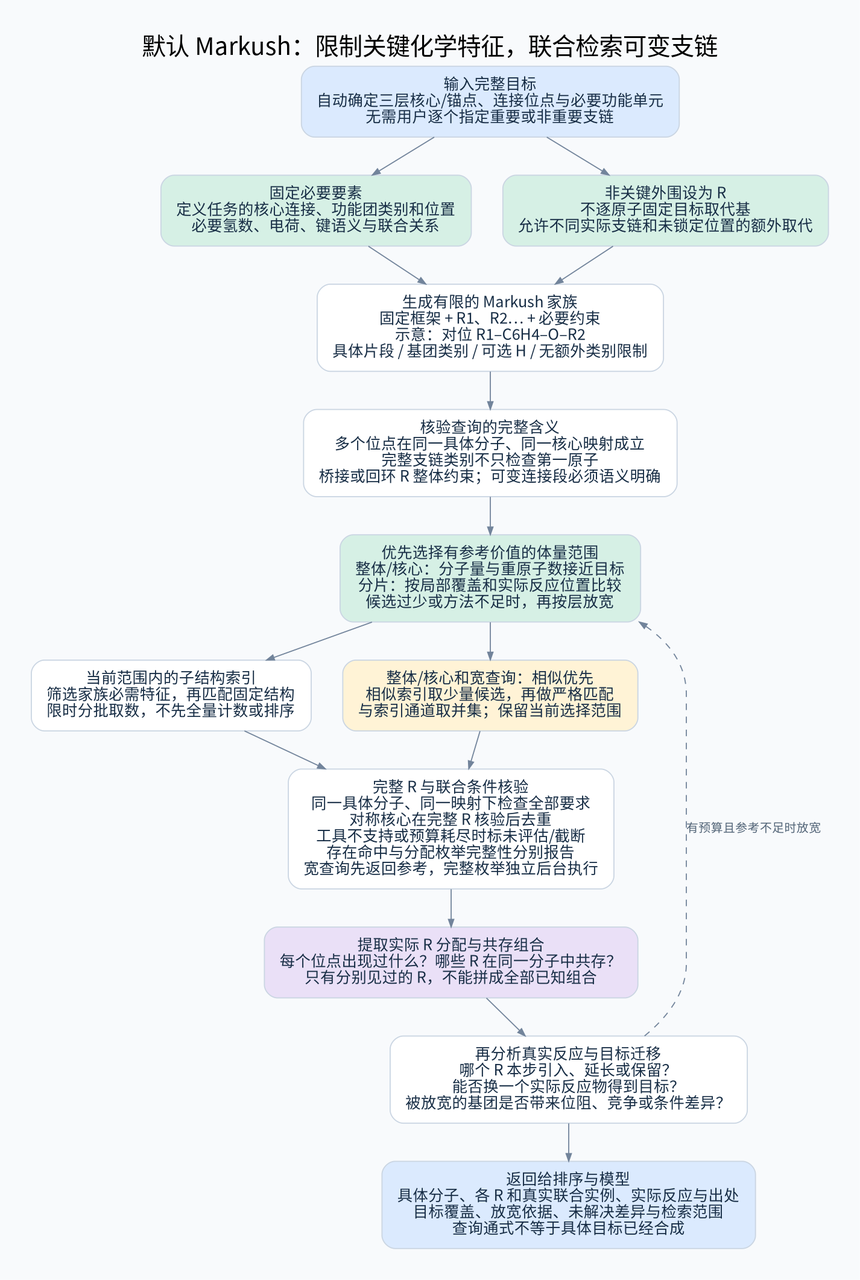
The Graphviz diagram diagrams/markush-query.png in 825728139/substructure_search, before a commit. Its source is kept beside it as diagrams/markush-query.dot.
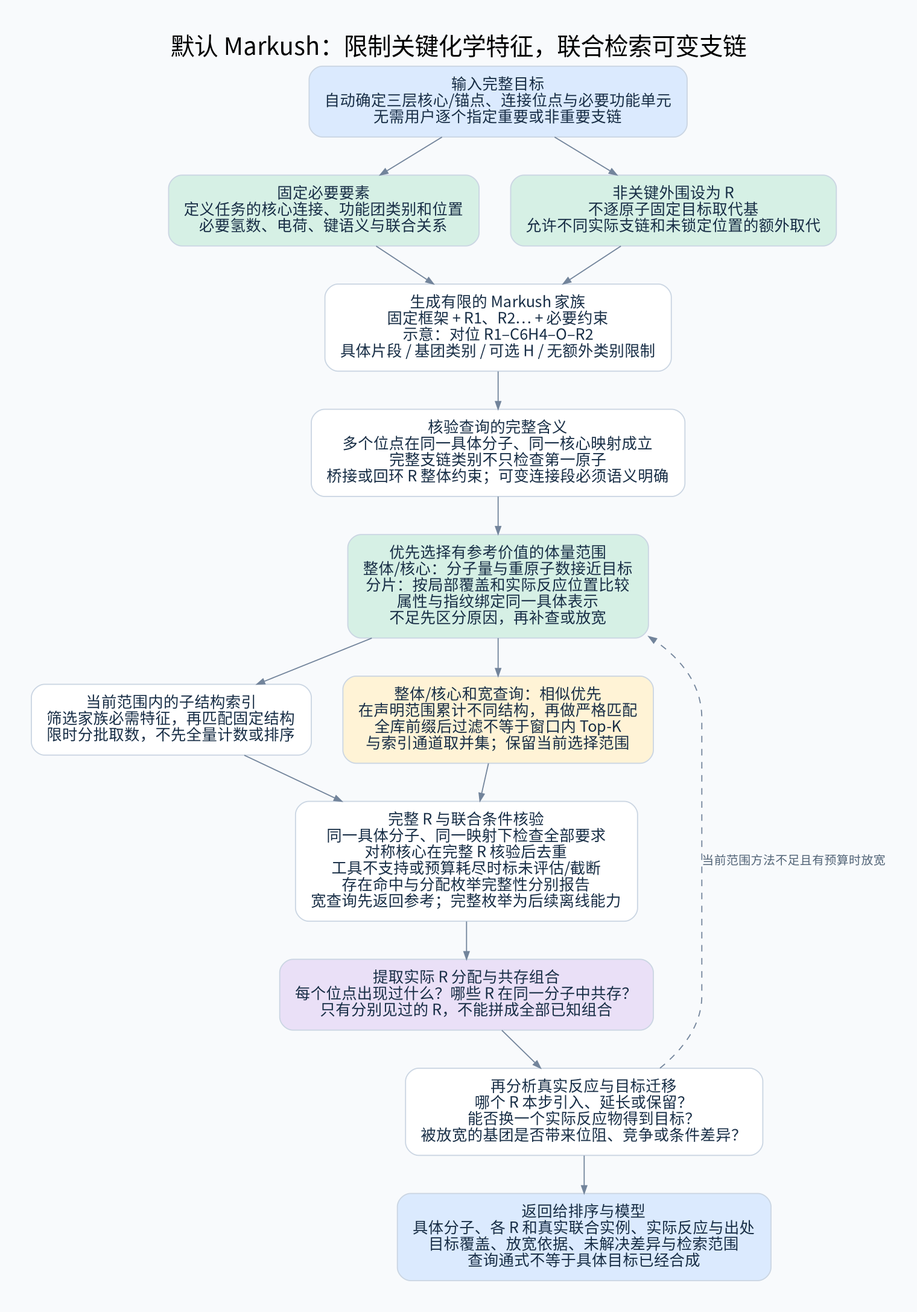
The same file after the commit.

What changed in the source:
```diff
@@ -25,19 +25,21 @@
 scope [label="优先选择有参考价值的体量范围
 整体/核心：分子量与重原子数接近目标
 分片：按局部覆盖和实际反应位置比较
-候选过少或方法不足时，再按层放宽", fillcolor="#D6F0E5"];
+属性与指纹绑定同一具体表示
+不足先区分原因，再补查或放宽", fillcolor="#D6F0E5"];
 index [label="当前范围内的子结构索引
 筛选家族必需特征，再匹配固定结构
 限时分批取数，不先全量计数或排序"];
 similar [label="整体/核心和宽查询：相似优先
-相似索引取少量候选，再做严格匹配
+在声明范围累计不同结构，再做严格匹配
+全库前缀后过滤不等于窗口内 Top-K
 与索引通道取并集；保留当前选择范围", fillcolor="#FFF3D6"];
 search [label="完整 R 与联合条件核验
 同一具体分子、同一映射下检查全部要求
 对称核心在完整 R 核验后去重
 工具不支持或预算耗尽时标未评估/截断
 存在命中与分配枚举完整性分别报告
-宽查询先返回参考，完整枚举独立后台执行"];
+宽查询先返回参考；完整枚举为后续离线能力"];
 result [label="提取实际 R 分配与共存组合
 每个位点出现过什么？哪些 R 在同一分子中共存？
 只有分别见过的 R，不能拼成全部已知组合", fillcolor="#EAE0F7"];
@@ -56,5 +58,5 @@
 scope -> similar;
 similar -> search;
 search -> result -> reaction -> out;
-reaction -> scope [style=dashed,label="有预算且参考不足时放宽"];
+reaction -> scope [style=dashed,label="当前范围方法不足且有预算时放宽"];
 }
```
